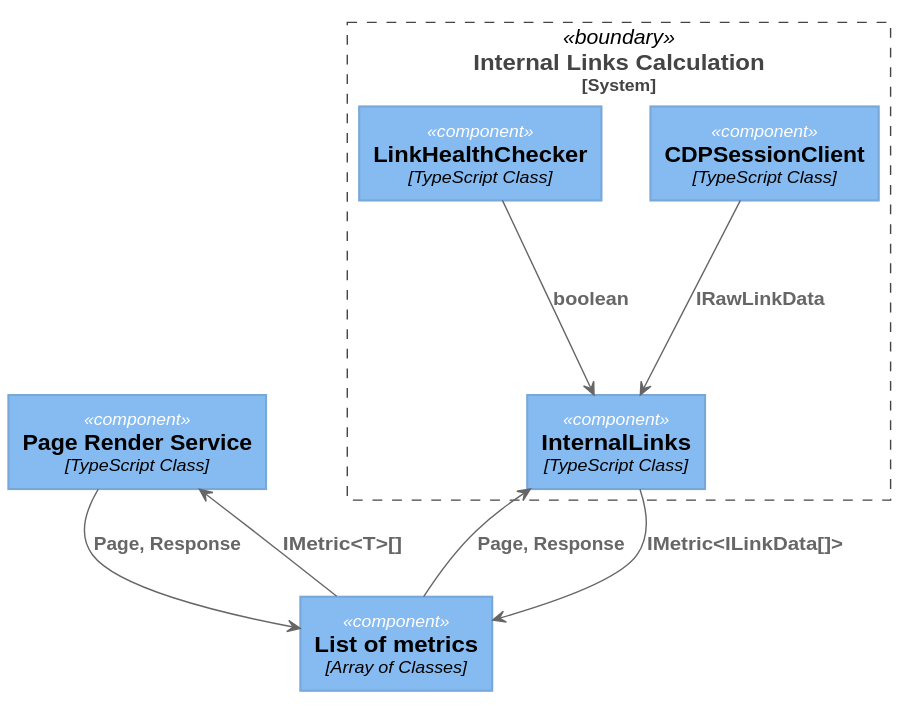
The PlantUML diagram designs/out/designs/metrics/internal-links.svg in ali-habibzadeh/top10-seo-list-for-developers, before a commit.
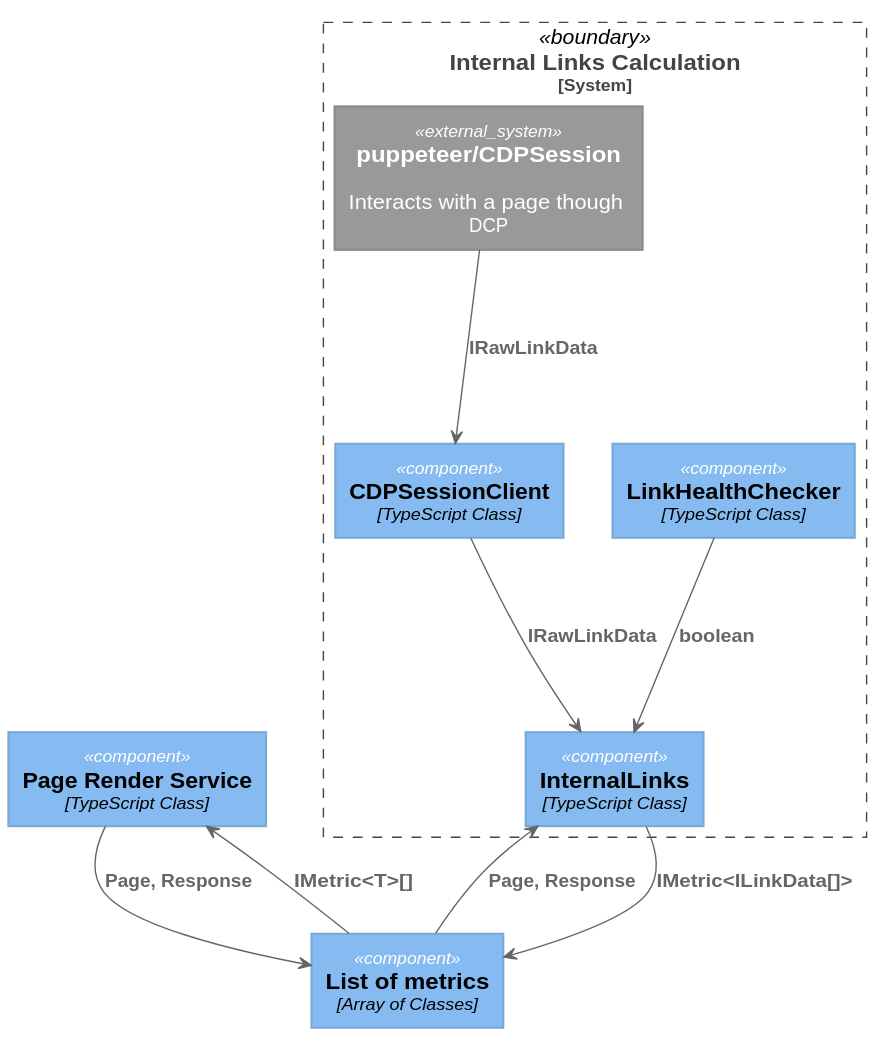
Later version of the same file.

Diff of the diagram source:
```diff
@@ -452,11 +452,15 @@
     rectangle "==InternalLinks\n//<size:12>[TypeScript Class]</size>//" <<component>> as InternalLinks
     rectangle "==CDPSessionClient\n//<size:12>[TypeScript Class]</size>//" <<component>> as CDPSessionClient
     rectangle "==LinkHealthChecker\n//<size:12>[TypeScript Class]</size>//" <<component>> as LinkHealthChecker
+
+    rectangle "==puppeteer/CDPSession\n\n Interacts with a page though DCP" <<external_system>> as puppeteer
+
     metricsList --> PageRenderService : "===IMetric<T>[]"
     PageRenderService --> metricsList : "===Page, Response"
     InternalLinks --> metricsList : "===IMetric<ILinkData[]>"
     metricsList --> InternalLinks : "===Page, Response"
     CDPSessionClient --> InternalLinks : "===IRawLinkData"
+    puppeteer --> CDPSessionClient : "===IRawLinkData"
     LinkHealthChecker --> InternalLinks : "===boolean"
 }
 
```
